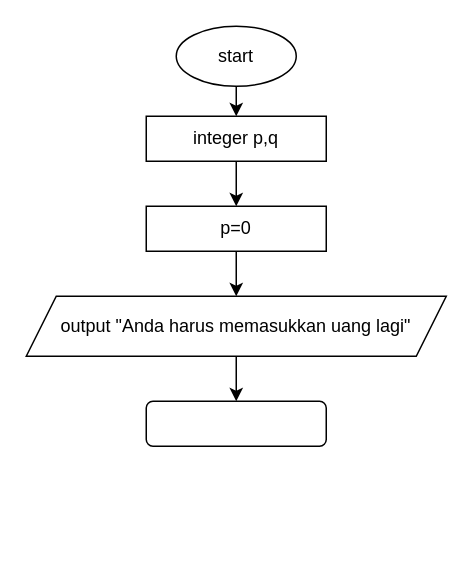
Above: flowchart.drawio in maulliidda/Maulida-FP11 (draw.io), before the change. Source tidied: cells renumbered, new cells numbered last; positions are measured from the earlier drawing's top-left corner, leaving out a move shared by most shapes. Both pictures are drawn from the tidied source at 150%, with x=0, y=0 at pixel (26, 26).
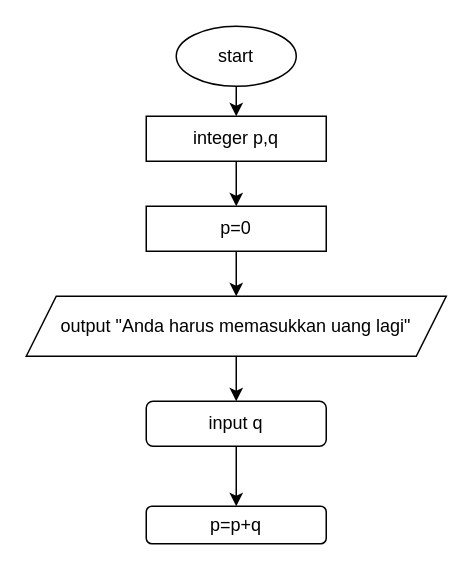
The same diagram, later.

Commit message:
Make proses with p=p+q for output

What changed in the source:
```diff
@@
 <mxGraphModel>
   <root>
     <mxCell id="0" />
     <mxCell id="1" parent="0" />
     <mxCell id="2" style="edgeStyle=none;html=1;" parent="1" edge="1" source="3" target="5">
       <mxGeometry relative="1" as="geometry" />
     </mxCell>
     <mxCell id="3" value="start" style="ellipse;whiteSpace=wrap;html=1;" parent="1" vertex="1">
       <mxGeometry x="100" width="80" height="40" as="geometry" />
     </mxCell>
     <mxCell id="4" style="edgeStyle=none;html=1;" parent="1" edge="1" source="5" target="7">
       <mxGeometry relative="1" as="geometry" />
     </mxCell>
     <mxCell id="5" value="integer p,q" style="whiteSpace=wrap;html=1;" parent="1" vertex="1">
       <mxGeometry x="80" y="60" width="120" height="30" as="geometry" />
     </mxCell>
     <mxCell id="6" style="edgeStyle=none;html=1;" parent="1" edge="1" source="7" target="9">
       <mxGeometry relative="1" as="geometry" />
     </mxCell>
     <mxCell id="7" value="p=0" style="whiteSpace=wrap;html=1;" parent="1" vertex="1">
       <mxGeometry x="80" y="120" width="120" height="30" as="geometry" />
     </mxCell>
     <mxCell id="8" style="edgeStyle=none;html=1;" parent="1" edge="1" source="9" target="10">
       <mxGeometry relative="1" as="geometry" />
     </mxCell>
     <mxCell id="9" value="output &quot;Anda harus memasukkan uang lagi&quot;" style="shape=parallelogram;perimeter=parallelogramPerimeter;whiteSpace=wrap;html=1;fixedSize=1;" parent="1" vertex="1">
       <mxGeometry y="180" width="280" height="40" as="geometry" />
     </mxCell>
+    <mxCell id="11" style="edgeStyle=none;html=1;" parent="1" edge="1" source="10" target="12">
+      <mxGeometry relative="1" as="geometry" />
+    </mxCell>
-    <mxCell id="10" style="rounded=1;whiteSpace=wrap;html=1;" parent="1" vertex="1">
+    <mxCell id="10" value="input q" style="rounded=1;whiteSpace=wrap;html=1;" parent="1" vertex="1">
       <mxGeometry x="80" y="250" width="120" height="30" as="geometry" />
     </mxCell>
+    <mxCell id="12" value="p=p+q" style="whiteSpace=wrap;html=1;rounded=1;" parent="1" vertex="1">
+      <mxGeometry x="80" y="320" width="120" height="25" as="geometry" />
+    </mxCell>
   </root>
 </mxGraphModel>
```
